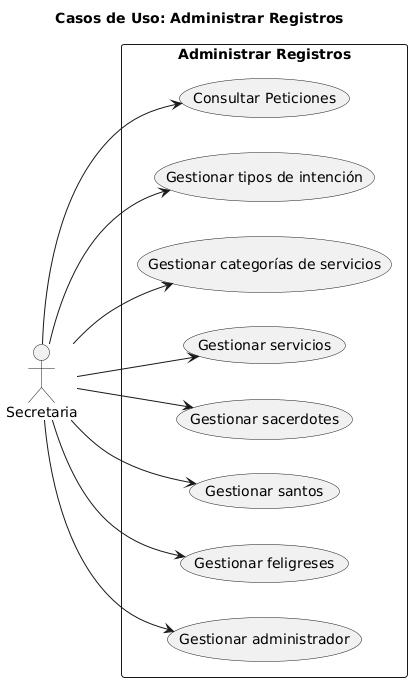
Earlier version of the PlantUML export Documentacion/casos de uso administrar registros.png (EGA-SUPREMO/Sistema-de-Gestion-Parroquial).
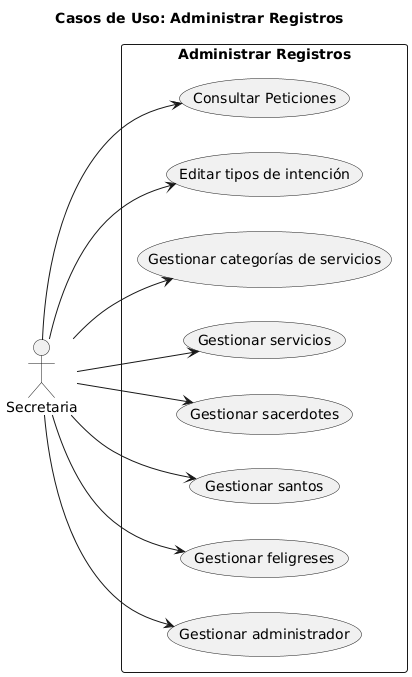
The same diagram one commit later.

Commit message:
actualziar cdu administrar registros

The edit, as a diff of the source:
```diff
@@ -11,7 +11,7 @@
   usecase "Gestionar sacerdotes" as UC6
   usecase "Gestionar servicios" as UC4
   usecase "Gestionar categorías de servicios" as UC2
-  usecase "Gestionar tipos de intención" as UC7
+  usecase "Editar tipos de intención" as UC7
   usecase "Consultar Peticiones" as UC8
 }
 
```
